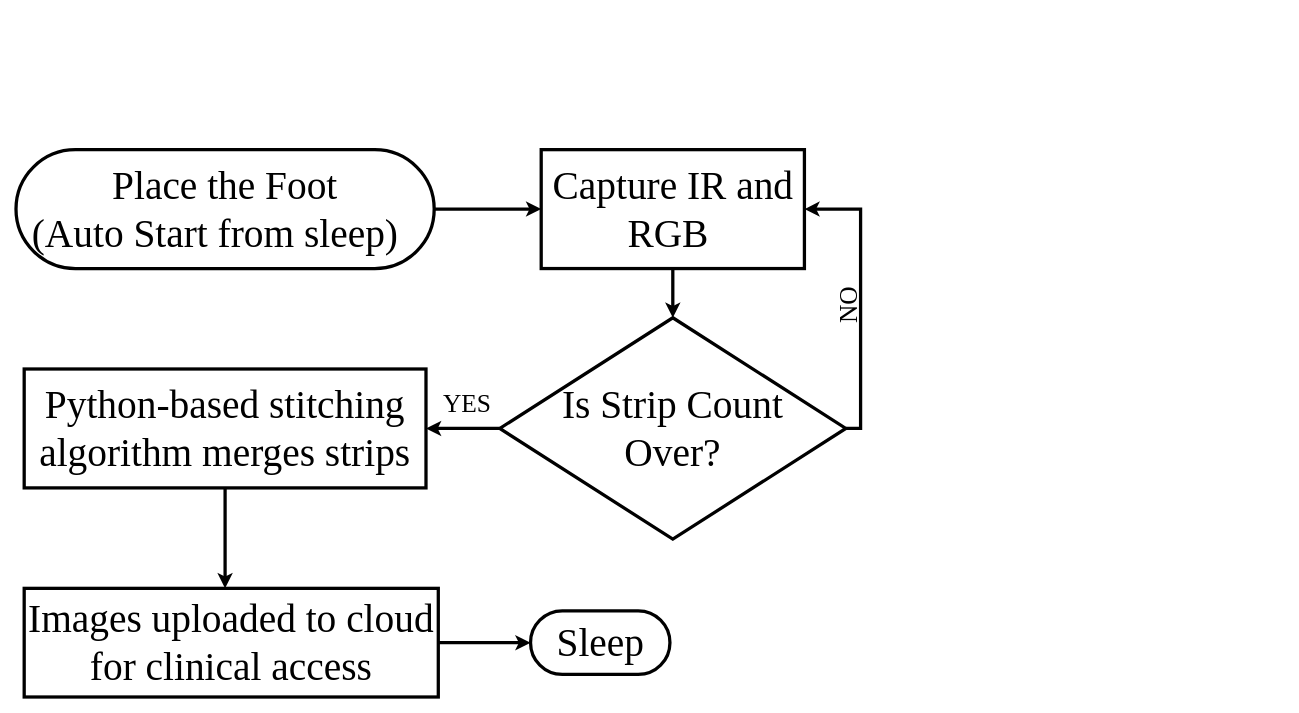
Above: procedure of foot scan.drawio in Charlie174/Draw.io (draw.io), before the change. Source tidied: cells renumbered, new cells numbered last; positions are measured from the earlier drawing's top-left corner, leaving out a move shared by most shapes. Both pictures are drawn from the tidied source at 82%, with x=0, y=0 at pixel (16, 149).
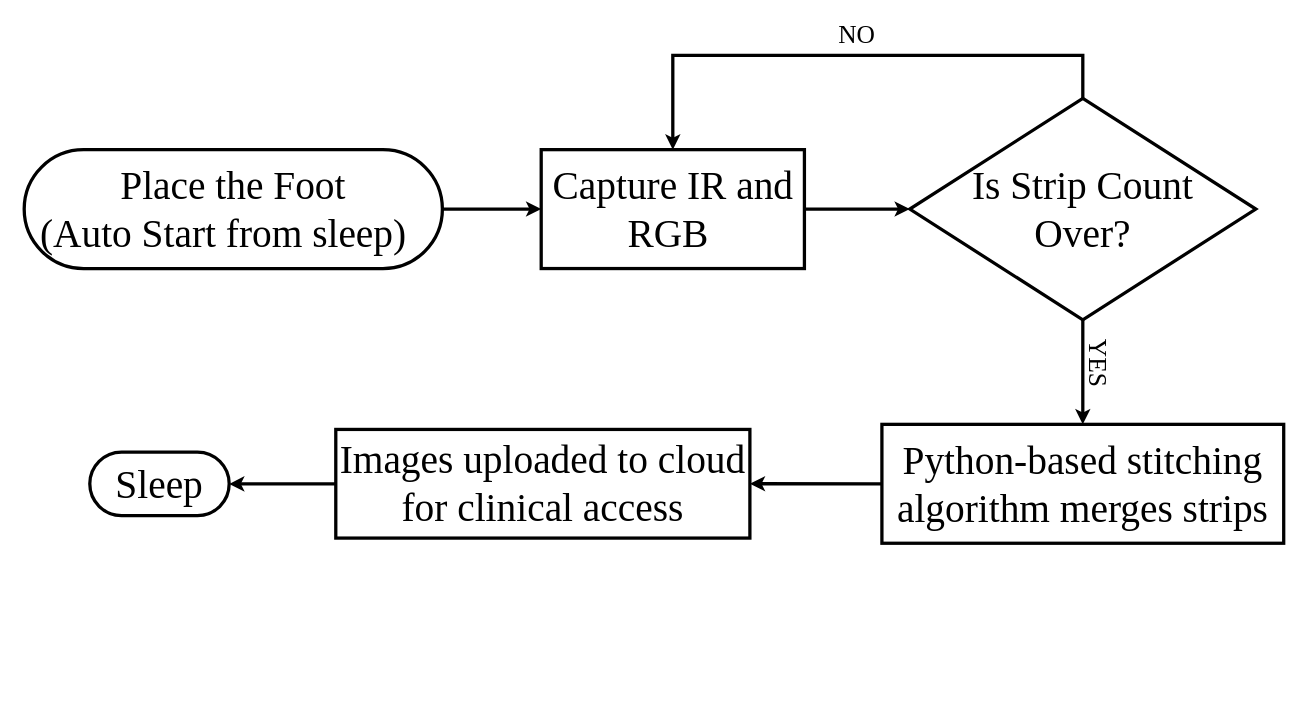
Above is the later version.

The edit, as a diff of the source:
```diff
@@
 <mxGraphModel>
   <root>
     <mxCell id="0" />
     <mxCell id="1" parent="0" />
     <mxCell id="2" style="edgeStyle=orthogonalEdgeStyle;rounded=0;jettySize=auto;html=1;strokeWidth=4;" parent="1" edge="1" source="3" target="5">
       <mxGeometry relative="1" as="geometry" />
     </mxCell>
     <mxCell id="3" value="Place the Foot&lt;br&gt;(Auto Start from sleep)&amp;nbsp;&amp;nbsp;" style="rounded=1;whiteSpace=wrap;html=1;arcSize=50;fontSize=48;fontFamily=Times New Roman;align=center;strokeWidth=4;" parent="1" vertex="1">
-      <mxGeometry width="510" height="145" as="geometry" />
+      <mxGeometry x="10" width="510" height="145" as="geometry" />
     </mxCell>
-    <mxCell id="4" style="edgeStyle=orthogonalEdgeStyle;rounded=0;jettySize=auto;html=1;strokeWidth=4;" parent="1" edge="1" source="5" target="12">
+    <mxCell id="4" style="edgeStyle=orthogonalEdgeStyle;rounded=0;jettySize=auto;html=1;entryX=0;entryY=0.5;entryDx=0;entryDy=0;strokeWidth=4;" parent="1" edge="1" source="5" target="12">
       <mxGeometry relative="1" as="geometry" />
     </mxCell>
     <mxCell id="5" value="&lt;p data-pm-slice=&quot;1 1 [&amp;quot;ordered_list&amp;quot;,{&amp;quot;spread&amp;quot;:false,&amp;quot;startingNumber&amp;quot;:1,&amp;quot;start&amp;quot;:1593,&amp;quot;end&amp;quot;:1792},&amp;quot;regular_list_item&amp;quot;,{&amp;quot;start&amp;quot;:1656,&amp;quot;end&amp;quot;:1694}]&quot;&gt;&lt;span style=&quot;background-color: transparent; color: light-dark(rgb(0, 0, 0), rgb(255, 255, 255));&quot;&gt;Capture&amp;nbsp;&lt;/span&gt;IR and RGB&amp;nbsp;&lt;/p&gt;" style="rounded=0;whiteSpace=wrap;html=1;fontSize=48;fontFamily=Times New Roman;strokeWidth=4;" parent="1" vertex="1">
       <mxGeometry x="640.5" width="321" height="145" as="geometry" />
     </mxCell>
-    <mxCell id="6" style="edgeStyle=orthogonalEdgeStyle;rounded=0;jettySize=auto;html=1;strokeWidth=4;" parent="1" edge="1" source="7">
-      <mxGeometry relative="1" as="geometry">
-        <mxPoint x="255" y="535" as="targetPoint" />
-      </mxGeometry>
-    </mxCell>
+    <mxCell id="16" style="edgeStyle=orthogonalEdgeStyle;rounded=0;jettySize=auto;html=1;exitX=0;exitY=0.5;exitDx=0;exitDy=0;entryX=1;entryY=0.5;entryDx=0;entryDy=0;strokeWidth=4;" parent="1" edge="1" source="7" target="9">
+      <mxGeometry relative="1" as="geometry" />
+    </mxCell>
     <mxCell id="7" value="&lt;p data-pm-slice=&quot;1 1 [&amp;quot;ordered_list&amp;quot;,{&amp;quot;spread&amp;quot;:false,&amp;quot;startingNumber&amp;quot;:1,&amp;quot;start&amp;quot;:1593,&amp;quot;end&amp;quot;:1792},&amp;quot;regular_list_item&amp;quot;,{&amp;quot;start&amp;quot;:1695,&amp;quot;end&amp;quot;:1744}]&quot;&gt;Python-based stitching algorithm merges strips&lt;/p&gt;" style="rounded=0;whiteSpace=wrap;html=1;fontSize=48;fontFamily=Times New Roman;strokeWidth=4;" parent="1" vertex="1">
-      <mxGeometry x="10" y="267.5" width="490" height="145" as="geometry" />
+      <mxGeometry x="1056" y="335" width="490" height="145" as="geometry" />
     </mxCell>
-    <mxCell id="8" style="edgeStyle=orthogonalEdgeStyle;rounded=0;jettySize=auto;html=1;entryX=0;entryY=0.5;entryDx=0;entryDy=0;strokeWidth=4;" parent="1" edge="1" source="9" target="13">
+    <mxCell id="8" style="edgeStyle=orthogonalEdgeStyle;rounded=0;jettySize=auto;html=1;strokeWidth=4;" parent="1" edge="1" source="9" target="13">
       <mxGeometry relative="1" as="geometry" />
     </mxCell>
     <mxCell id="9" value="&lt;span style=&quot;text-align: left;&quot;&gt;Images uploaded to cloud for clinical access&lt;/span&gt;" style="rounded=0;whiteSpace=wrap;html=1;fontSize=48;fontFamily=Times New Roman;strokeWidth=4;" parent="1" vertex="1">
-      <mxGeometry x="10" y="535" width="505" height="132.5" as="geometry" />
+      <mxGeometry x="390" y="341.2" width="505" height="132.5" as="geometry" />
     </mxCell>
+    <mxCell id="11" style="edgeStyle=orthogonalEdgeStyle;rounded=0;jettySize=auto;html=1;entryX=0.5;entryY=0;entryDx=0;entryDy=0;exitX=0.5;exitY=0;exitDx=0;exitDy=0;strokeWidth=4;" parent="1" edge="1" source="12" target="5">
+      <mxGeometry relative="1" as="geometry">
+        <Array as="points">
+          <mxPoint x="1301" y="-115" />
+          <mxPoint x="801" y="-115" />
+        </Array>
+      </mxGeometry>
+    </mxCell>
-    <mxCell id="10" style="edgeStyle=orthogonalEdgeStyle;rounded=0;jettySize=auto;html=1;strokeWidth=4;" parent="1" edge="1" source="12" target="7">
+    <mxCell id="10" style="edgeStyle=orthogonalEdgeStyle;rounded=0;jettySize=auto;html=1;entryX=0.5;entryY=0;entryDx=0;entryDy=0;strokeWidth=4;" parent="1" edge="1" source="12" target="7">
       <mxGeometry relative="1" as="geometry" />
     </mxCell>
-    <mxCell id="11" style="edgeStyle=orthogonalEdgeStyle;rounded=0;jettySize=auto;html=1;exitX=1;exitY=0.5;exitDx=0;exitDy=0;entryX=1;entryY=0.5;entryDx=0;entryDy=0;strokeWidth=4;" parent="1" edge="1" source="12" target="5">
-      <mxGeometry relative="1" as="geometry">
-        <Array as="points">
-          <mxPoint x="1030" y="340" />
-          <mxPoint x="1030" y="73" />
-        </Array>
-      </mxGeometry>
-    </mxCell>
     <mxCell id="12" value="Is Strip Count&lt;br&gt;Over?" style="rhombus;whiteSpace=wrap;html=1;fontSize=48;fontFamily=Times New Roman;strokeWidth=4;" parent="1" vertex="1">
-      <mxGeometry x="590" y="205" width="422" height="270" as="geometry" />
+      <mxGeometry x="1090" y="-62.5" width="422" height="270" as="geometry" />
     </mxCell>
     <mxCell id="13" value="Sleep" style="rounded=1;whiteSpace=wrap;html=1;arcSize=50;fontSize=48;fontFamily=Times New Roman;strokeWidth=4;" parent="1" vertex="1">
-      <mxGeometry x="627.5" y="562.5" width="170" height="77.5" as="geometry" />
+      <mxGeometry x="90" y="368.8" width="170" height="77.5" as="geometry" />
     </mxCell>
-    <mxCell id="14" value="NO" style="text;html=1;align=center;verticalAlign=middle;strokeColor=none;fillColor=none;fontSize=31;fontFamily=Times New Roman;rotation=-90;strokeWidth=4;" parent="1" vertex="1">
-      <mxGeometry x="980" y="165" width="70" height="50" as="geometry" />
+    <mxCell id="14" value="NO" style="text;html=1;align=center;verticalAlign=middle;strokeColor=none;fillColor=none;fontSize=31;fontFamily=Times New Roman;rotation=0;strokeWidth=4;" parent="1" vertex="1">
+      <mxGeometry x="990" y="-165" width="70" height="50" as="geometry" />
     </mxCell>
-    <mxCell id="15" value="YES" style="text;html=1;align=center;verticalAlign=middle;strokeColor=none;fillColor=none;fontSize=31;fontFamily=Times New Roman;strokeWidth=4;" parent="1" vertex="1">
-      <mxGeometry x="510" y="285" width="80" height="50" as="geometry" />
+    <mxCell id="15" value="YES" style="text;html=1;align=center;verticalAlign=middle;strokeColor=none;fillColor=none;fontSize=31;fontFamily=Times New Roman;strokeWidth=4;rotation=90;" parent="1" vertex="1">
+      <mxGeometry x="1280" y="235" width="80" height="50" as="geometry" />
     </mxCell>
   </root>
 </mxGraphModel>
```
